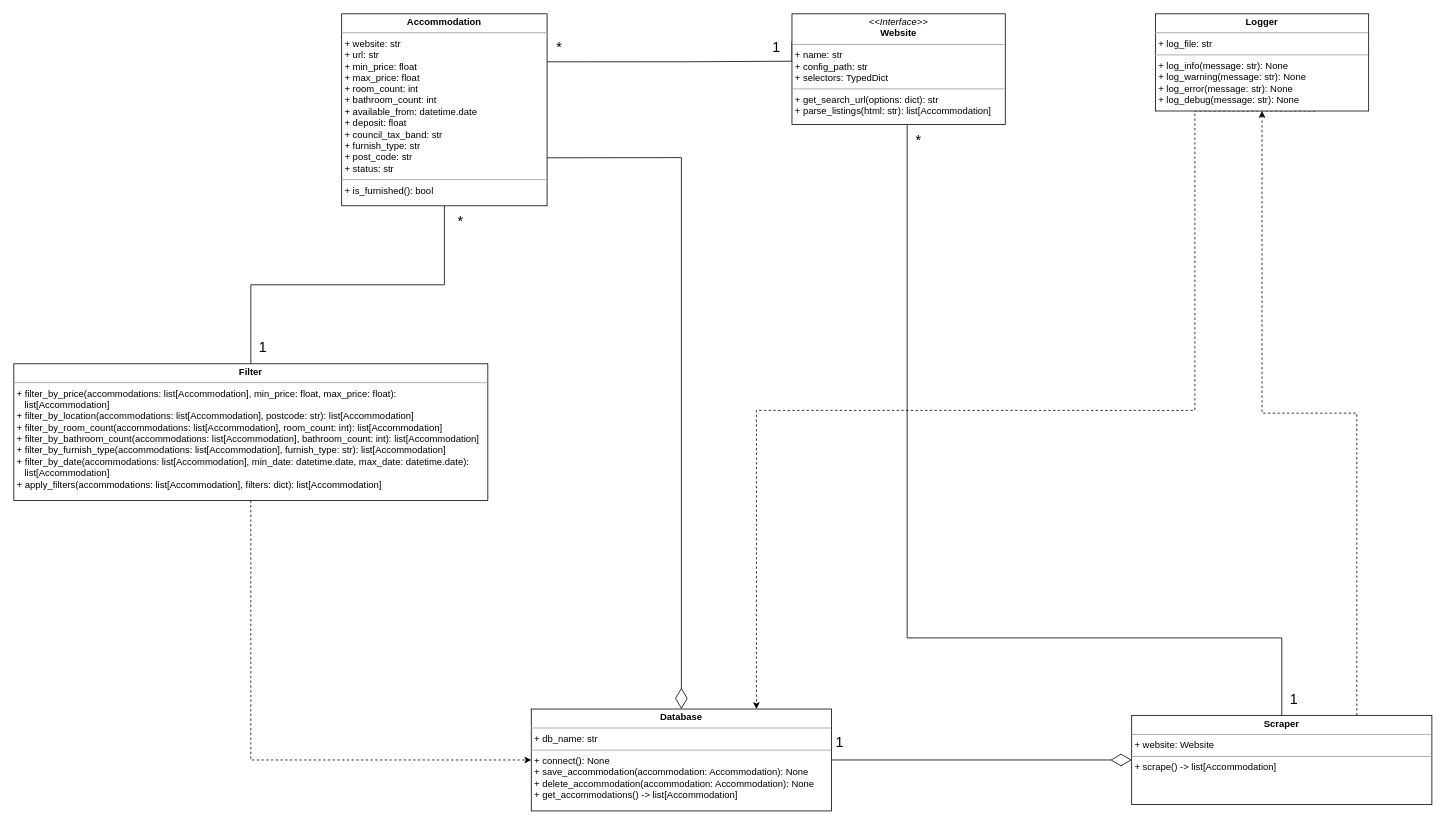
Above: UML Diagram.drawio in Adam-Calleja/rightmove_web_scraper (draw.io), before the change. Source tidied: cells renumbered, new cells numbered last; positions are measured from the earlier drawing's top-left corner, leaving out a move shared by most shapes. Both pictures are drawn from the tidied source at 79%, with x=0, y=0 at pixel (13, 13).
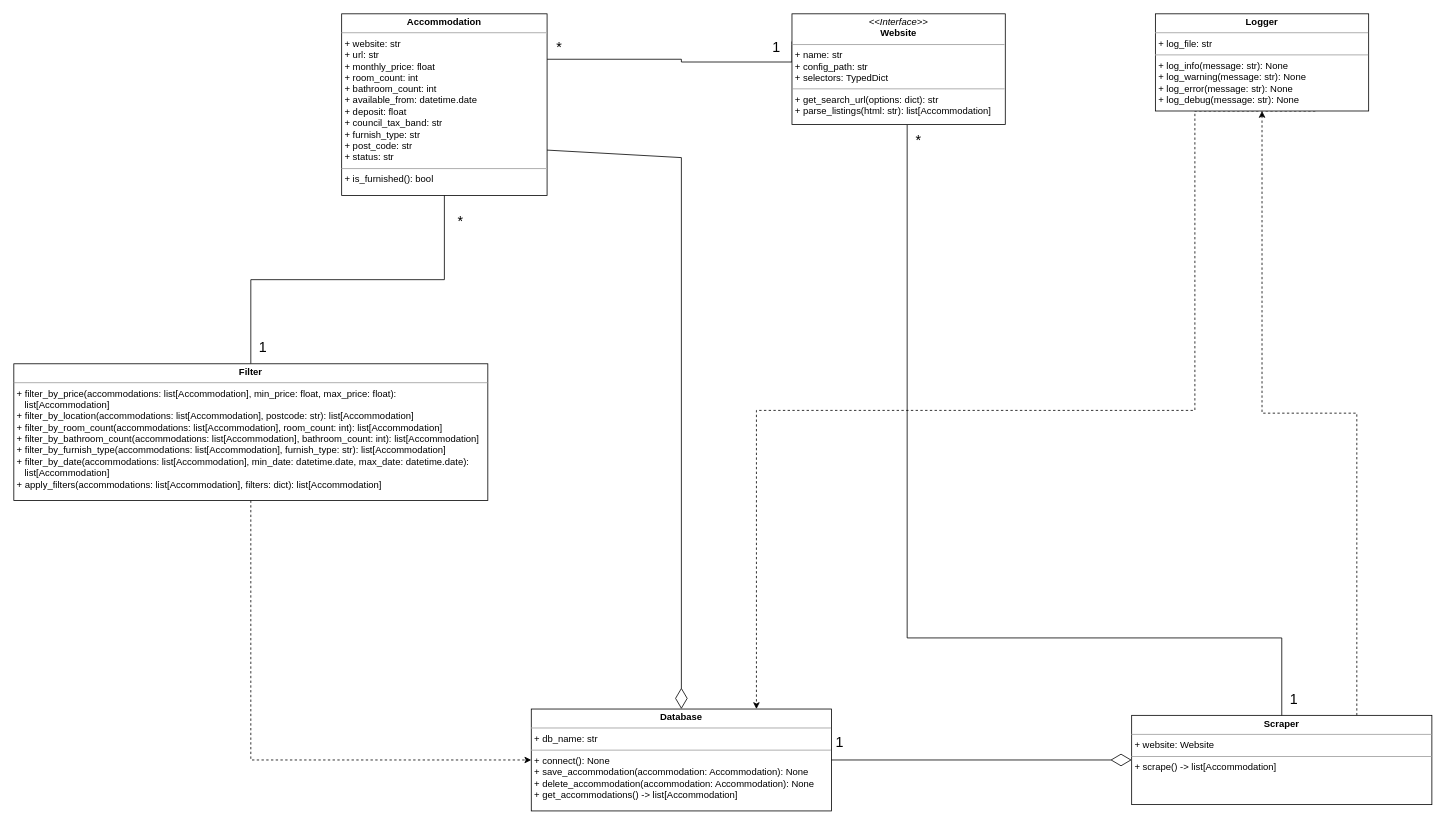
After the change.

Commit message:
Change desired attributes for the Accommodation class

Replaced the min_price and max_price attributes with the
monthly_price attribute.

Change to the diagram source:
```diff
@@
-    <mxCell id="3" value="&lt;p style=&quot;margin:0px;margin-top:4px;text-align:center;&quot;&gt;&lt;b&gt;Accommodation&lt;/b&gt;&lt;/p&gt;&lt;hr size=&quot;1&quot;&gt;&lt;p style=&quot;margin:0px;margin-left:4px;&quot;&gt;+ website: str&lt;/p&gt;&lt;p style=&quot;margin:0px;margin-left:4px;&quot;&gt;+ url: str&lt;/p&gt;&lt;p style=&quot;margin:0px;margin-left:4px;&quot;&gt;+ min_price: float&lt;br&gt;+ max_price: float&lt;/p&gt;&lt;p style=&quot;margin:0px;margin-left:4px;&quot;&gt;+ room_count: int&lt;/p&gt;&lt;p style=&quot;margin:0px;margin-left:4px;&quot;&gt;+ bathroom_count: int&lt;/p&gt;&lt;p style=&quot;margin:0px;margin-left:4px;&quot;&gt;+ available_from: datetime.date&lt;/p&gt;&lt;p style=&quot;margin:0px;margin-left:4px;&quot;&gt;+ deposit: float&lt;/p&gt;&lt;p style=&quot;margin:0px;margin-left:4px;&quot;&gt;+ council_tax_band: str&lt;/p&gt;&lt;p style=&quot;margin:0px;margin-left:4px;&quot;&gt;+ furnish_type: str&lt;/p&gt;&lt;p style=&quot;margin:0px;margin-left:4px;&quot;&gt;+ post_code: str&lt;/p&gt;&lt;p style=&quot;margin:0px;margin-left:4px;&quot;&gt;+ status: str&lt;/p&gt;&lt;hr size=&quot;1&quot;&gt;&lt;p style=&quot;margin:0px;margin-left:4px;&quot;&gt;&lt;span style=&quot;background-color: transparent; color: light-dark(rgb(0, 0, 0), rgb(255, 255, 255));&quot;&gt;+ is_furnished(): bool&lt;/span&gt;&lt;/p&gt;" style="verticalAlign=top;align=left;overflow=fill;fontSize=12;fontFamily=Helvetica;html=1;rounded=0;shadow=0;comic=0;labelBackgroundColor=none;strokeWidth=1;" parent="1" vertex="1">
-      <mxGeometry x="415" width="260" height="243" as="geometry" />
+    <mxCell id="3" value="&lt;p style=&quot;margin:0px;margin-top:4px;text-align:center;&quot;&gt;&lt;b&gt;Accommodation&lt;/b&gt;&lt;/p&gt;&lt;hr size=&quot;1&quot;&gt;&lt;p style=&quot;margin:0px;margin-left:4px;&quot;&gt;+ website: str&lt;/p&gt;&lt;p style=&quot;margin:0px;margin-left:4px;&quot;&gt;+ url: str&lt;/p&gt;&lt;p style=&quot;margin:0px;margin-left:4px;&quot;&gt;+ monthly_price: float&lt;br&gt;&lt;/p&gt;&lt;p style=&quot;margin:0px;margin-left:4px;&quot;&gt;+ room_count: int&lt;/p&gt;&lt;p style=&quot;margin:0px;margin-left:4px;&quot;&gt;+ bathroom_count: int&lt;/p&gt;&lt;p style=&quot;margin:0px;margin-left:4px;&quot;&gt;+ available_from: datetime.date&lt;/p&gt;&lt;p style=&quot;margin:0px;margin-left:4px;&quot;&gt;+ deposit: float&lt;/p&gt;&lt;p style=&quot;margin:0px;margin-left:4px;&quot;&gt;+ council_tax_band: str&lt;/p&gt;&lt;p style=&quot;margin:0px;margin-left:4px;&quot;&gt;+ furnish_type: str&lt;/p&gt;&lt;p style=&quot;margin:0px;margin-left:4px;&quot;&gt;+ post_code: str&lt;/p&gt;&lt;p style=&quot;margin:0px;margin-left:4px;&quot;&gt;+ status: str&lt;/p&gt;&lt;hr size=&quot;1&quot;&gt;&lt;p style=&quot;margin:0px;margin-left:4px;&quot;&gt;&lt;span style=&quot;background-color: transparent; color: light-dark(rgb(0, 0, 0), rgb(255, 255, 255));&quot;&gt;+ is_furnished(): bool&lt;/span&gt;&lt;/p&gt;" style="verticalAlign=top;align=left;overflow=fill;fontSize=12;fontFamily=Helvetica;html=1;rounded=0;shadow=0;comic=0;labelBackgroundColor=none;strokeWidth=1;" parent="1" vertex="1">
+      <mxGeometry x="415" width="260" height="230" as="geometry" />
     </mxCell>
```
